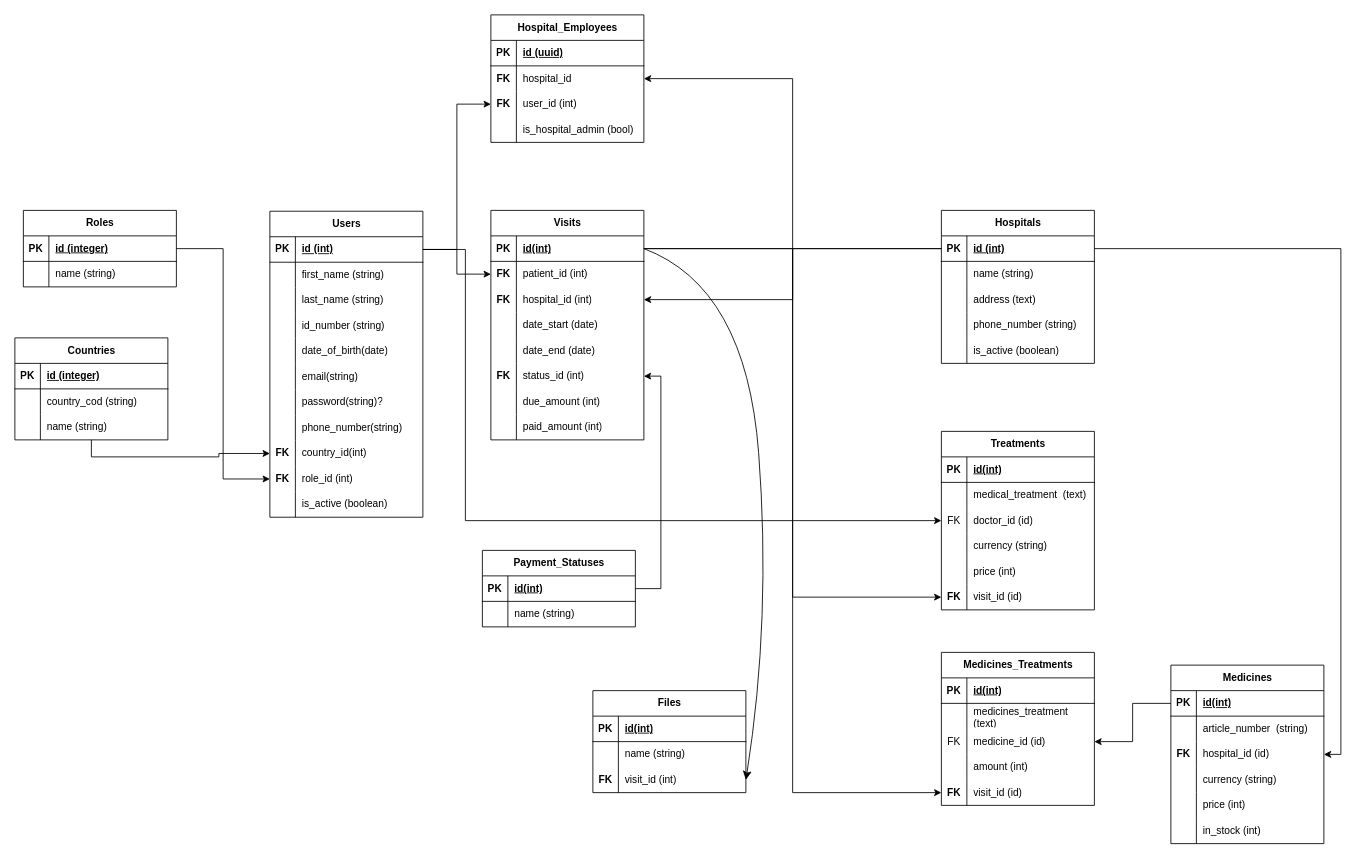
Earlier version of the draw.io diagram Untitled Diagram.drawio (fao30/hospital-management-be). Source tidied: cells renumbered, new cells numbered last; positions are measured from the earlier drawing's top-left corner, leaving out a move shared by most shapes. Both pictures are drawn from the tidied source at 85%, with x=0, y=0 at pixel (14, 14).
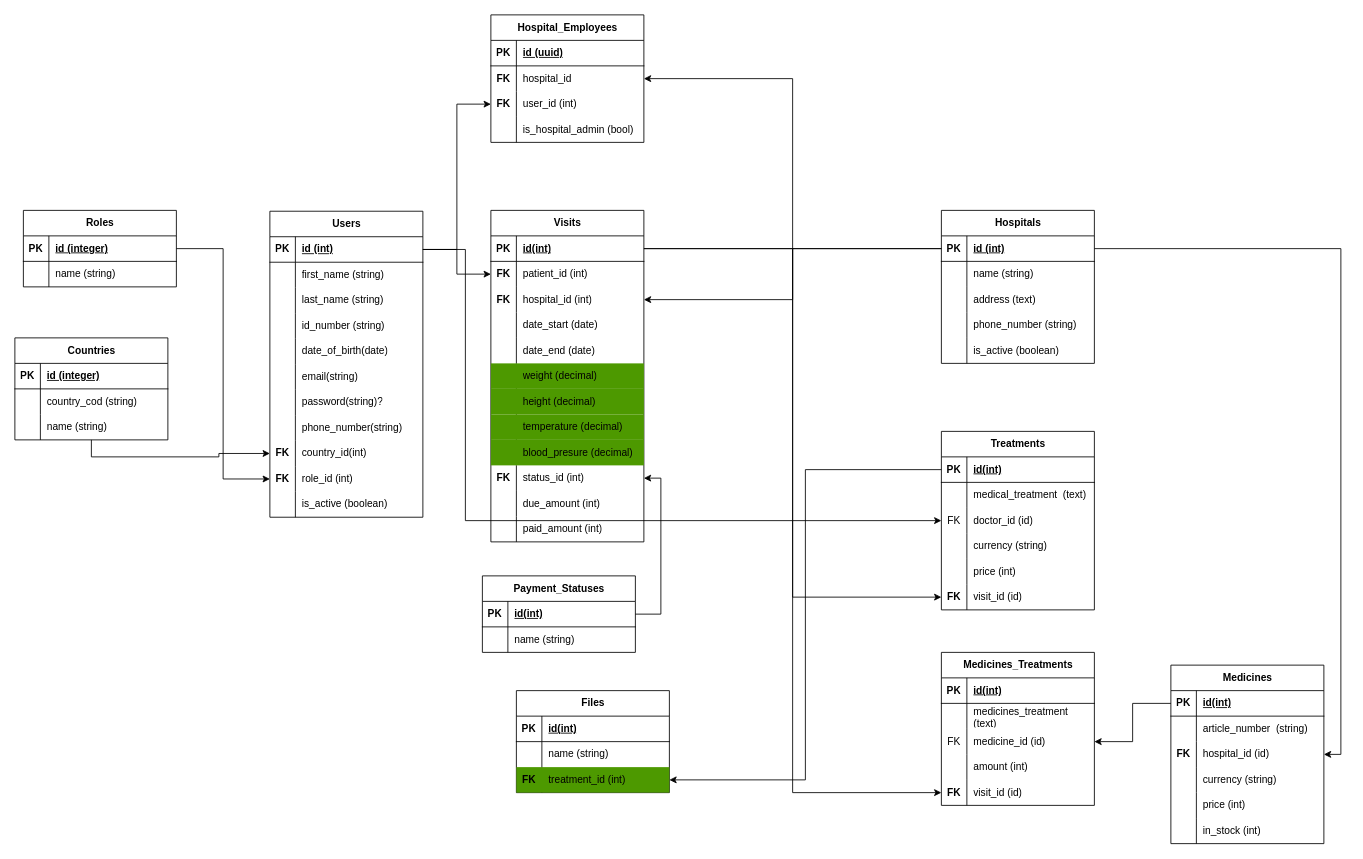
The same page after the edit.

Unchanged cells that the change refers to:
```xml
<mxCell id="72" style="shape=tableRow;horizontal=0;startSize=0;swimlaneHead=0;swimlaneBody=0;fillColor=none;points=[[0,0.5],[1,0.5]];portConstraint=eastwest;top=0;left=0;right=0;bottom=1;" parent="71" vertex="1">
  <mxGeometry y="30" width="180" height="30" as="geometry" />
</mxCell>
<mxCell id="114" style="shape=tableRow;horizontal=0;startSize=0;swimlaneHead=0;swimlaneBody=0;fillColor=none;points=[[0,0.5],[1,0.5]];portConstraint=eastwest;top=0;left=0;right=0;bottom=1;" parent="113" vertex="1">
  <mxGeometry y="30" width="180" height="30" as="geometry" />
</mxCell>
```

Change to the diagram source:
```diff
@@
     <mxCell id="71" value="Visits" style="shape=table;startSize=30;childLayout=tableLayout;rowLines=0;fontStyle=1;align=center;html=1;" parent="1" vertex="1">
-      <mxGeometry x="560" y="230" width="180" height="270" as="geometry" />
+      <mxGeometry x="560" y="230" width="180" height="390" as="geometry" />
     </mxCell>
@@
+    <mxCell id="191" style="shape=tableRow;horizontal=0;startSize=0;swimlaneHead=0;swimlaneBody=0;fillColor=#4D9900;top=0;left=0;right=0;bottom=0;" parent="71" vertex="1">
+      <mxGeometry y="180" width="180" height="30" as="geometry" />
+    </mxCell>
+    <mxCell id="192" style="shape=partialRectangle;fillColor=none;top=0;left=0;bottom=0;right=0;overflow=hidden;whiteSpace=wrap;html=1;" parent="191" vertex="1">
+      <mxGeometry width="30" height="30" as="geometry" />
+    </mxCell>
+    <mxCell id="193" value="weight (decimal)" style="shape=partialRectangle;fillColor=none;top=0;left=0;bottom=0;right=0;align=left;spacingLeft=6;overflow=hidden;whiteSpace=wrap;html=1;" parent="191" vertex="1">
+      <mxGeometry x="30" width="150" height="30" as="geometry" />
+    </mxCell>
+    <mxCell id="194" style="shape=tableRow;horizontal=0;startSize=0;swimlaneHead=0;swimlaneBody=0;fillColor=#4D9900;top=0;left=0;right=0;bottom=0;" parent="71" vertex="1">
+      <mxGeometry y="210" width="180" height="30" as="geometry" />
+    </mxCell>
+    <mxCell id="195" style="shape=partialRectangle;fillColor=none;top=0;left=0;bottom=0;right=0;overflow=hidden;whiteSpace=wrap;html=1;" parent="194" vertex="1">
+      <mxGeometry width="30" height="30" as="geometry" />
+    </mxCell>
+    <mxCell id="196" value="height (decimal)" style="shape=partialRectangle;fillColor=none;top=0;left=0;bottom=0;right=0;align=left;spacingLeft=6;overflow=hidden;whiteSpace=wrap;html=1;" parent="194" vertex="1">
+      <mxGeometry x="30" width="150" height="30" as="geometry" />
+    </mxCell>
+    <mxCell id="197" style="shape=tableRow;horizontal=0;startSize=0;swimlaneHead=0;swimlaneBody=0;fillColor=#4D9900;top=0;left=0;right=0;bottom=0;" parent="71" vertex="1">
+      <mxGeometry y="240" width="180" height="30" as="geometry" />
+    </mxCell>
+    <mxCell id="198" style="shape=partialRectangle;fillColor=none;top=0;left=0;bottom=0;right=0;overflow=hidden;whiteSpace=wrap;html=1;" parent="197" vertex="1">
+      <mxGeometry width="30" height="30" as="geometry" />
+    </mxCell>
+    <mxCell id="199" value="temperature (decimal)" style="shape=partialRectangle;fillColor=none;top=0;left=0;bottom=0;right=0;align=left;spacingLeft=6;overflow=hidden;whiteSpace=wrap;html=1;" parent="197" vertex="1">
+      <mxGeometry x="30" width="150" height="30" as="geometry" />
+    </mxCell>
+    <mxCell id="200" style="shape=tableRow;horizontal=0;startSize=0;swimlaneHead=0;swimlaneBody=0;fillColor=#4D9900;top=0;left=0;right=0;bottom=0;" parent="71" vertex="1">
+      <mxGeometry y="270" width="180" height="30" as="geometry" />
+    </mxCell>
+    <mxCell id="201" style="shape=partialRectangle;fillColor=none;top=0;left=0;bottom=0;right=0;overflow=hidden;whiteSpace=wrap;html=1;" parent="200" vertex="1">
+      <mxGeometry width="30" height="30" as="geometry" />
+    </mxCell>
+    <mxCell id="202" value="blood_presure (decimal)" style="shape=partialRectangle;fillColor=none;top=0;left=0;bottom=0;right=0;align=left;spacingLeft=6;overflow=hidden;whiteSpace=wrap;html=1;" parent="200" vertex="1">
+      <mxGeometry x="30" width="150" height="30" as="geometry" />
+    </mxCell>
     <mxCell id="87" style="shape=tableRow;horizontal=0;startSize=0;swimlaneHead=0;swimlaneBody=0;fillColor=none;points=[[0,0.5],[1,0.5]];portConstraint=eastwest;top=0;left=0;right=0;bottom=0;" parent="71" vertex="1">
-      <mxGeometry y="180" width="180" height="30" as="geometry" />
+      <mxGeometry y="300" width="180" height="30" as="geometry" />
     </mxCell>
@@
     <mxCell id="90" style="shape=tableRow;horizontal=0;startSize=0;swimlaneHead=0;swimlaneBody=0;fillColor=none;top=0;left=0;right=0;bottom=0;" parent="71" vertex="1">
-      <mxGeometry y="210" width="180" height="30" as="geometry" />
+      <mxGeometry y="330" width="180" height="30" as="geometry" />
     </mxCell>
@@
     <mxCell id="93" style="shape=tableRow;horizontal=0;startSize=0;swimlaneHead=0;swimlaneBody=0;fillColor=none;top=0;left=0;right=0;bottom=0;" parent="71" vertex="1">
-      <mxGeometry y="240" width="180" height="30" as="geometry" />
+      <mxGeometry y="360" width="180" height="30" as="geometry" />
     </mxCell>
@@
     <mxCell id="134" value="Payment_Statuses" style="shape=table;startSize=30;childLayout=tableLayout;rowLines=0;fontStyle=1;align=center;html=1;" parent="1" vertex="1">
-      <mxGeometry x="550" y="630" width="180" height="90" as="geometry" />
+      <mxGeometry x="550" y="660" width="180" height="90" as="geometry" />
     </mxCell>
@@
     <mxCell id="180" value="Files" style="shape=table;startSize=30;childLayout=tableLayout;rowLines=0;fontStyle=1;align=center;html=1;" parent="1" vertex="1">
-      <mxGeometry x="680" y="795" width="180" height="120" as="geometry" />
+      <mxGeometry x="590" y="795" width="180" height="120" as="geometry" />
     </mxCell>
@@
-    <mxCell id="187" style="shape=tableRow;horizontal=0;startSize=0;swimlaneHead=0;swimlaneBody=0;fillColor=none;points=[[0,0.5],[1,0.5]];portConstraint=eastwest;top=0;left=0;right=0;bottom=0;" parent="180" vertex="1">
+    <mxCell id="187" style="shape=tableRow;horizontal=0;startSize=0;swimlaneHead=0;swimlaneBody=0;fillColor=#4D9900;points=[[0,0.5],[1,0.5]];portConstraint=eastwest;top=0;left=0;right=0;bottom=0;" parent="180" vertex="1">
       <mxGeometry y="90" width="180" height="30" as="geometry" />
     </mxCell>
@@
-    <mxCell id="189" value="visit_id (int)" style="shape=partialRectangle;fillColor=none;top=0;left=0;bottom=0;right=0;align=left;spacingLeft=6;overflow=hidden;whiteSpace=wrap;html=1;" parent="187" vertex="1">
+    <mxCell id="189" value="treatment_id (int)" style="shape=partialRectangle;fillColor=none;top=0;left=0;bottom=0;right=0;align=left;spacingLeft=6;overflow=hidden;whiteSpace=wrap;html=1;" parent="187" vertex="1">
       <mxGeometry x="30" width="150" height="30" as="geometry" />
     </mxCell>
-    <mxCell id="190" style="edgeStyle=none;curved=1;rounded=0;jettySize=auto;html=1;entryX=1;entryY=0.5;entryDx=0;entryDy=0;fontSize=12;startSize=8;endSize=8;exitX=1;exitY=0.5;exitDx=0;exitDy=0;" parent="1" edge="1" source="72" target="187">
-      <mxGeometry relative="1" as="geometry">
-        <Array as="points">
-          <mxPoint x="860" y="320" />
-          <mxPoint x="890" y="710" />
-        </Array>
-      </mxGeometry>
-    </mxCell>
+    <mxCell id="203" style="edgeStyle=orthogonalEdgeStyle;rounded=0;jettySize=auto;html=1;entryX=1;entryY=0.5;entryDx=0;entryDy=0;" parent="1" edge="1" source="114" target="187">
+      <mxGeometry relative="1" as="geometry" />
+    </mxCell>
```
